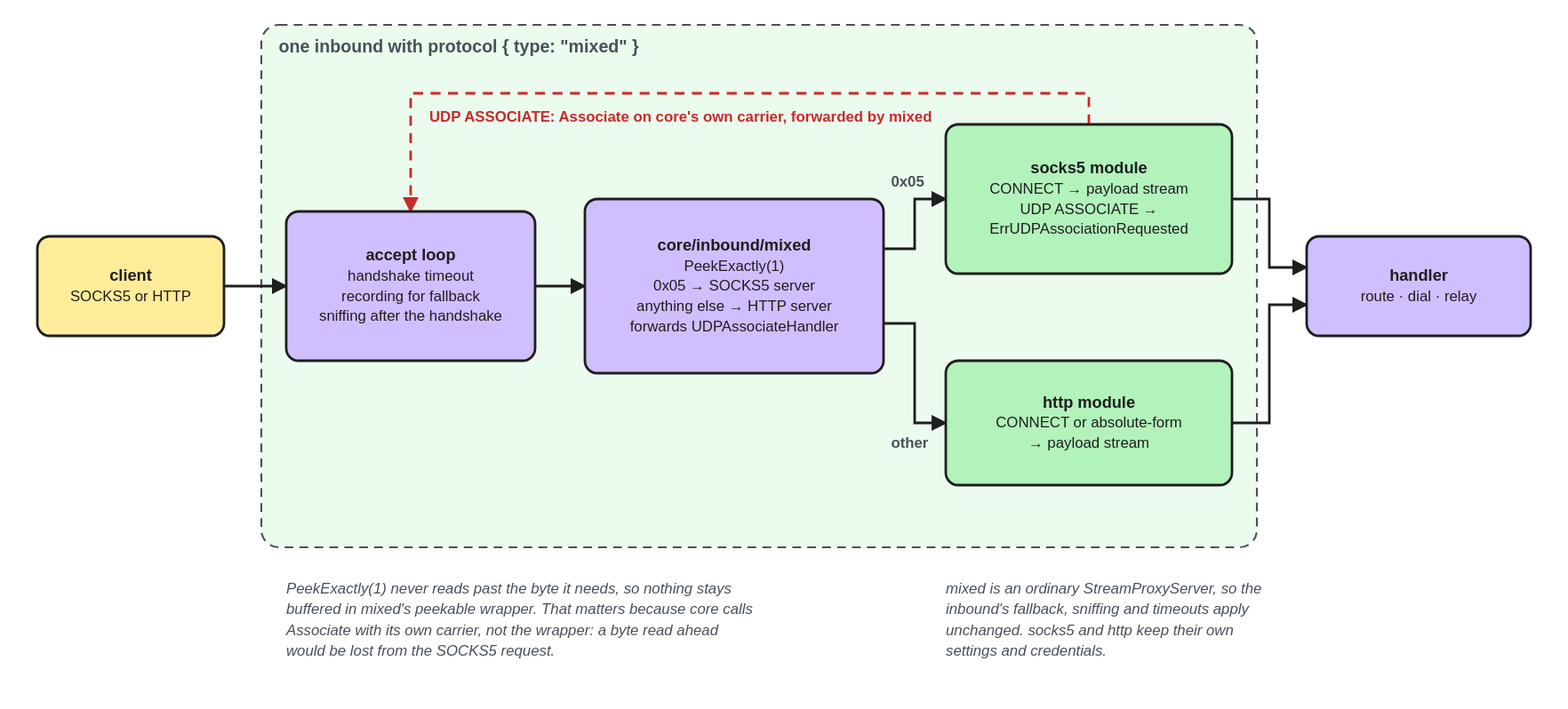
This is docs/assets/diagrams/mixed-dispatch.excalidraw.svg from we-apranik/apranik, a Excalidraw export, as it was before one commit. Source tidied: one line per element, renumbered; positions are measured from the earlier drawing's top-left corner, leaving out a move shared by most shapes. The source it was exported from:
```json
{"id": 0, "type": "rectangle", "strokeColor": "#495057", "backgroundColor": "#ebfbee", "fillStyle": "solid", "strokeWidth": 1, "strokeStyle": "dashed", "roughness": 0, "round": true, "x": 180, "y": 0, "width": 800, "height": 420}
{"id": 1, "type": "text", "text": "one inbound with protocol { type: \"mixed\" }", "strokeColor": "#495057", "strokeWidth": 2, "roughness": 0, "fontSize": 14, "fontFamily": 2, "verticalAlign": "middle", "x": 194, "y": 8, "width": 772, "height": 18}
{"id": 2, "type": "rectangle", "strokeColor": "#1e1e1e", "backgroundColor": "#ffec99", "fillStyle": "solid", "strokeWidth": 2, "roughness": 0, "round": true, "x": 0, "y": 170, "width": 150, "height": 80}
{"id": 3, "type": "text", "text": "client\nSOCKS5 or HTTP", "strokeColor": "#1e1e1e", "strokeWidth": 2, "roughness": 0, "fontSize": 12, "fontFamily": 2, "textAlign": "center", "verticalAlign": "middle", "inside": 2, "x": 0, "y": 170, "width": 150, "height": 30}
{"id": 4, "type": "rectangle", "strokeColor": "#1e1e1e", "backgroundColor": "#d0bfff", "fillStyle": "solid", "strokeWidth": 2, "roughness": 0, "round": true, "x": 200, "y": 150, "width": 200, "height": 120}
{"id": 5, "type": "text", "text": "accept loop\nhandshake timeout\nrecording for fallback\nsniffing after the handshake", "strokeColor": "#1e1e1e", "strokeWidth": 2, "roughness": 0, "fontSize": 12, "fontFamily": 2, "textAlign": "center", "verticalAlign": "middle", "inside": 4, "x": 200, "y": 150, "width": 200, "height": 60}
{"id": 6, "type": "rectangle", "strokeColor": "#1e1e1e", "backgroundColor": "#d0bfff", "fillStyle": "solid", "strokeWidth": 2, "roughness": 0, "round": true, "x": 440, "y": 140, "width": 240, "height": 140}
{"id": 7, "type": "text", "text": "core/inbound/mixed\nPeekExactly(1)\n0x05 → SOCKS5 server\nanything else → HTTP server\nforwards UDPAssociateHandler", "strokeColor": "#1e1e1e", "strokeWidth": 2, "roughness": 0, "fontSize": 12, "fontFamily": 2, "textAlign": "center", "verticalAlign": "middle", "inside": 6, "x": 440, "y": 140, "width": 240, "height": 75}
{"id": 8, "type": "rectangle", "strokeColor": "#1e1e1e", "backgroundColor": "#b2f2bb", "fillStyle": "solid", "strokeWidth": 2, "roughness": 0, "round": true, "x": 730, "y": 80, "width": 230, "height": 120}
{"id": 9, "type": "text", "text": "socks5 module\nCONNECT → payload stream\nUDP ASSOCIATE →\nErrUDPAssociationRequested", "strokeColor": "#1e1e1e", "strokeWidth": 2, "roughness": 0, "fontSize": 12, "fontFamily": 2, "textAlign": "center", "verticalAlign": "middle", "inside": 8, "x": 730, "y": 80, "width": 230, "height": 60}
{"id": 10, "type": "rectangle", "strokeColor": "#1e1e1e", "backgroundColor": "#b2f2bb", "fillStyle": "solid", "strokeWidth": 2, "roughness": 0, "round": true, "x": 730, "y": 270, "width": 230, "height": 100}
{"id": 11, "type": "text", "text": "http module\nCONNECT or absolute-form\n→ payload stream", "strokeColor": "#1e1e1e", "strokeWidth": 2, "roughness": 0, "fontSize": 12, "fontFamily": 2, "textAlign": "center", "verticalAlign": "middle", "inside": 10, "x": 730, "y": 270, "width": 230, "height": 45}
{"id": 12, "type": "rectangle", "strokeColor": "#1e1e1e", "backgroundColor": "#d0bfff", "fillStyle": "solid", "strokeWidth": 2, "roughness": 0, "round": true, "x": 1020, "y": 170, "width": 180, "height": 80}
{"id": 13, "type": "text", "text": "handler\nroute · dial · relay", "strokeColor": "#1e1e1e", "strokeWidth": 2, "roughness": 0, "fontSize": 12, "fontFamily": 2, "textAlign": "center", "verticalAlign": "middle", "inside": 12, "x": 1020, "y": 170, "width": 180, "height": 30}
{"id": 14, "type": "arrow", "strokeColor": "#1e1e1e", "strokeWidth": 2, "roughness": 0, "endArrowhead": "arrow", "from": 2, "to": 4, "x": 150, "y": 210, "width": 50, "height": 0, "points": [[0, 0], [50, 0]]}
{"id": 15, "type": "arrow", "strokeColor": "#1e1e1e", "strokeWidth": 2, "roughness": 0, "endArrowhead": "arrow", "from": 4, "to": 6, "x": 400, "y": 210, "width": 40, "height": 0, "points": [[0, 0], [40, 0]]}
{"id": 16, "type": "arrow", "strokeColor": "#1e1e1e", "strokeWidth": 2, "roughness": 0, "endArrowhead": "arrow", "from": 6, "to": 8, "x": 680, "y": 180, "width": 50, "height": 40, "points": [[0, 0], [25, 0], [25, -40], [50, -40]]}
{"id": 17, "type": "arrow", "strokeColor": "#1e1e1e", "strokeWidth": 2, "roughness": 0, "endArrowhead": "arrow", "from": 6, "to": 10, "x": 680, "y": 240, "width": 50, "height": 80, "points": [[0, 0], [25, 0], [25, 80], [50, 80]]}
{"id": 18, "type": "text", "text": "0x05", "strokeColor": "#495057", "strokeWidth": 2, "roughness": 0, "fontSize": 12, "fontFamily": 2, "verticalAlign": "middle", "x": 686, "y": 118, "width": 32, "height": 15}
{"id": 19, "type": "text", "text": "other", "strokeColor": "#495057", "strokeWidth": 2, "roughness": 0, "fontSize": 12, "fontFamily": 2, "verticalAlign": "middle", "x": 686, "y": 328, "width": 40, "height": 15}
{"id": 20, "type": "arrow", "strokeColor": "#1e1e1e", "strokeWidth": 2, "roughness": 0, "endArrowhead": "arrow", "from": 8, "to": 12, "x": 960, "y": 140, "width": 60, "height": 55, "points": [[0, 0], [30, 0], [30, 55], [60, 55]]}
{"id": 21, "type": "arrow", "strokeColor": "#1e1e1e", "strokeWidth": 2, "roughness": 0, "endArrowhead": "arrow", "from": 10, "to": 12, "x": 960, "y": 320, "width": 60, "height": 95, "points": [[0, 0], [30, 0], [30, -95], [60, -95]]}
{"id": 22, "type": "arrow", "strokeColor": "#c92a2a", "strokeWidth": 2, "strokeStyle": "dashed", "roughness": 0, "endArrowhead": "arrow", "from": 8, "to": 4, "x": 845, "y": 80, "width": 545, "height": 95, "points": [[0, 0], [0, -25], [-545, -25], [-545, 70]]}
{"id": 23, "type": "text", "text": "UDP ASSOCIATE: Associate on core's own carrier, forwarded by mixed", "strokeColor": "#c92a2a", "strokeWidth": 2, "roughness": 0, "fontSize": 12, "fontFamily": 2, "verticalAlign": "middle", "x": 315, "y": 66, "width": 528, "height": 15}
{"id": 24, "type": "text", "text": "PeekExactly(1) never reads past the byte it needs, so nothing stays\nbuffered in mixed's peekable wrapper. That matters because core calls\nAssociate with its own carrier, not the wrapper: a byte read ahead\nwould be lost from the SOCKS5 request.", "strokeColor": "#495057", "strokeWidth": 2, "roughness": 0, "fontSize": 12, "fontFamily": 2, "verticalAlign": "middle", "x": 200, "y": 445, "width": 480, "height": 60}
{"id": 25, "type": "text", "text": "mixed is an ordinary StreamProxyServer, so the\ninbound's fallback, sniffing and timeouts apply\nunchanged. socks5 and http keep their own\nsettings and credentials.", "strokeColor": "#495057", "strokeWidth": 2, "roughness": 0, "fontSize": 12, "fontFamily": 2, "verticalAlign": "middle", "x": 730, "y": 445, "width": 420, "height": 60}
```
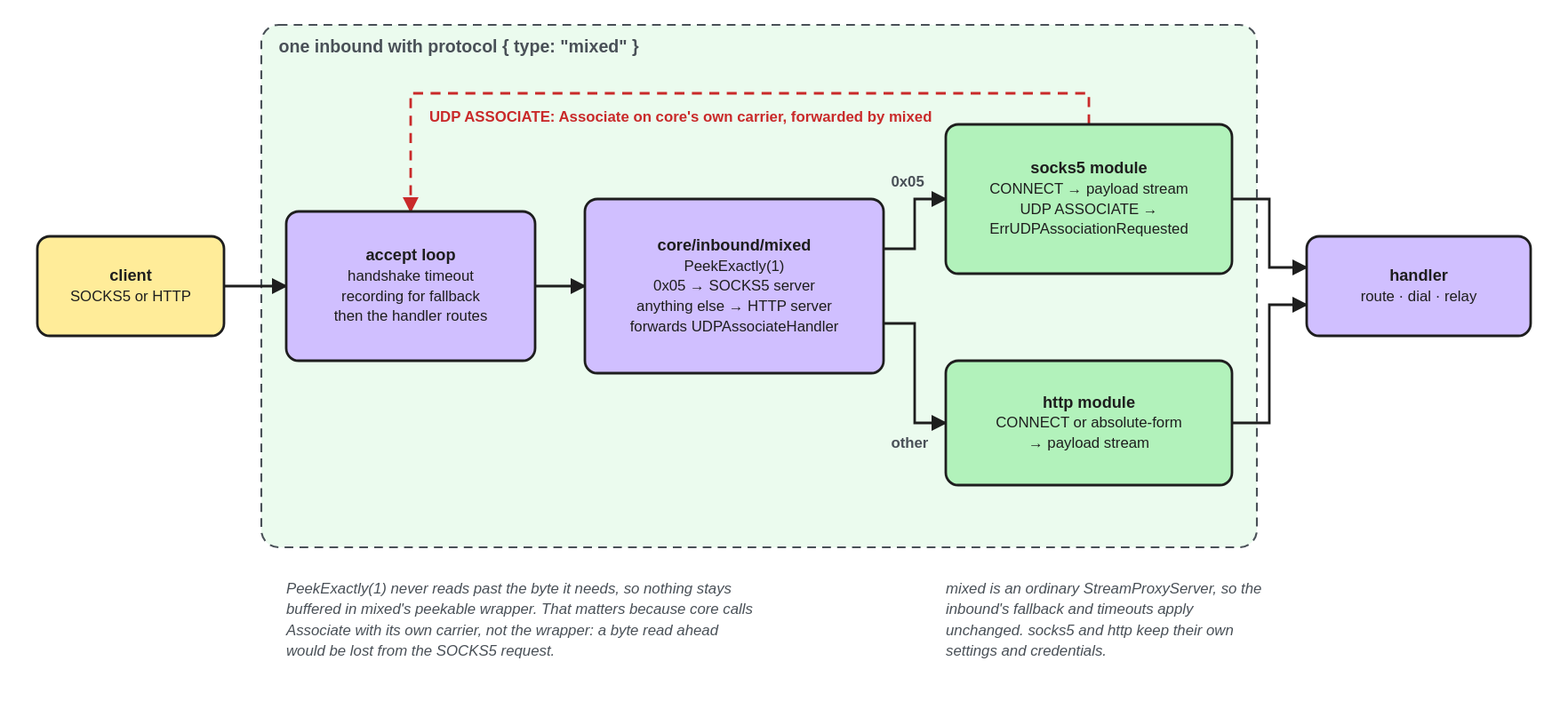
Above is the later version.

Commit message:
Drop inbound sniffing from the mixed dispatch diagram

Change to the diagram source:
```diff
@@ -3,7 +3,7 @@
 {"id": 2, "type": "rectangle", "strokeColor": "#1e1e1e", "backgroundColor": "#ffec99", "fillStyle": "solid", "strokeWidth": 2, "roughness": 0, "round": true, "x": 0, "y": 170, "width": 150, "height": 80}
 {"id": 3, "type": "text", "text": "client\nSOCKS5 or HTTP", "strokeColor": "#1e1e1e", "strokeWidth": 2, "roughness": 0, "fontSize": 12, "fontFamily": 2, "textAlign": "center", "verticalAlign": "middle", "inside": 2, "x": 0, "y": 170, "width": 150, "height": 30}
 {"id": 4, "type": "rectangle", "strokeColor": "#1e1e1e", "backgroundColor": "#d0bfff", "fillStyle": "solid", "strokeWidth": 2, "roughness": 0, "round": true, "x": 200, "y": 150, "width": 200, "height": 120}
-{"id": 5, "type": "text", "text": "accept loop\nhandshake timeout\nrecording for fallback\nsniffing after the handshake", "strokeColor": "#1e1e1e", "strokeWidth": 2, "roughness": 0, "fontSize": 12, "fontFamily": 2, "textAlign": "center", "verticalAlign": "middle", "inside": 4, "x": 200, "y": 150, "width": 200, "height": 60}
+{"id": 5, "type": "text", "text": "accept loop\nhandshake timeout\nrecording for fallback\nthen the handler routes", "strokeColor": "#1e1e1e", "strokeWidth": 2, "roughness": 0, "fontSize": 12, "fontFamily": 2, "textAlign": "center", "verticalAlign": "middle", "inside": 4, "x": 200, "y": 150, "width": 200, "height": 60}
 {"id": 6, "type": "rectangle", "strokeColor": "#1e1e1e", "backgroundColor": "#d0bfff", "fillStyle": "solid", "strokeWidth": 2, "roughness": 0, "round": true, "x": 440, "y": 140, "width": 240, "height": 140}
 {"id": 7, "type": "text", "text": "core/inbound/mixed\nPeekExactly(1)\n0x05 → SOCKS5 server\nanything else → HTTP server\nforwards UDPAssociateHandler", "strokeColor": "#1e1e1e", "strokeWidth": 2, "roughness": 0, "fontSize": 12, "fontFamily": 2, "textAlign": "center", "verticalAlign": "middle", "inside": 6, "x": 440, "y": 140, "width": 240, "height": 75}
 {"id": 8, "type": "rectangle", "strokeColor": "#1e1e1e", "backgroundColor": "#b2f2bb", "fillStyle": "solid", "strokeWidth": 2, "roughness": 0, "round": true, "x": 730, "y": 80, "width": 230, "height": 120}
@@ -23,4 +23,4 @@
 {"id": 22, "type": "arrow", "strokeColor": "#c92a2a", "strokeWidth": 2, "strokeStyle": "dashed", "roughness": 0, "endArrowhead": "arrow", "from": 8, "to": 4, "x": 845, "y": 80, "width": 545, "height": 95, "points": [[0, 0], [0, -25], [-545, -25], [-545, 70]]}
 {"id": 23, "type": "text", "text": "UDP ASSOCIATE: Associate on core's own carrier, forwarded by mixed", "strokeColor": "#c92a2a", "strokeWidth": 2, "roughness": 0, "fontSize": 12, "fontFamily": 2, "verticalAlign": "middle", "x": 315, "y": 66, "width": 528, "height": 15}
 {"id": 24, "type": "text", "text": "PeekExactly(1) never reads past the byte it needs, so nothing stays\nbuffered in mixed's peekable wrapper. That matters because core calls\nAssociate with its own carrier, not the wrapper: a byte read ahead\nwould be lost from the SOCKS5 request.", "strokeColor": "#495057", "strokeWidth": 2, "roughness": 0, "fontSize": 12, "fontFamily": 2, "verticalAlign": "middle", "x": 200, "y": 445, "width": 480, "height": 60}
-{"id": 25, "type": "text", "text": "mixed is an ordinary StreamProxyServer, so the\ninbound's fallback, sniffing and timeouts apply\nunchanged. socks5 and http keep their own\nsettings and credentials.", "strokeColor": "#495057", "strokeWidth": 2, "roughness": 0, "fontSize": 12, "fontFamily": 2, "verticalAlign": "middle", "x": 730, "y": 445, "width": 420, "height": 60}
+{"id": 25, "type": "text", "text": "mixed is an ordinary StreamProxyServer, so the\ninbound's fallback and timeouts apply\nunchanged. socks5 and http keep their own\nsettings and credentials.", "strokeColor": "#495057", "strokeWidth": 2, "roughness": 0, "fontSize": 12, "fontFamily": 2, "verticalAlign": "middle", "x": 730, "y": 445, "width": 420, "height": 60}
```
